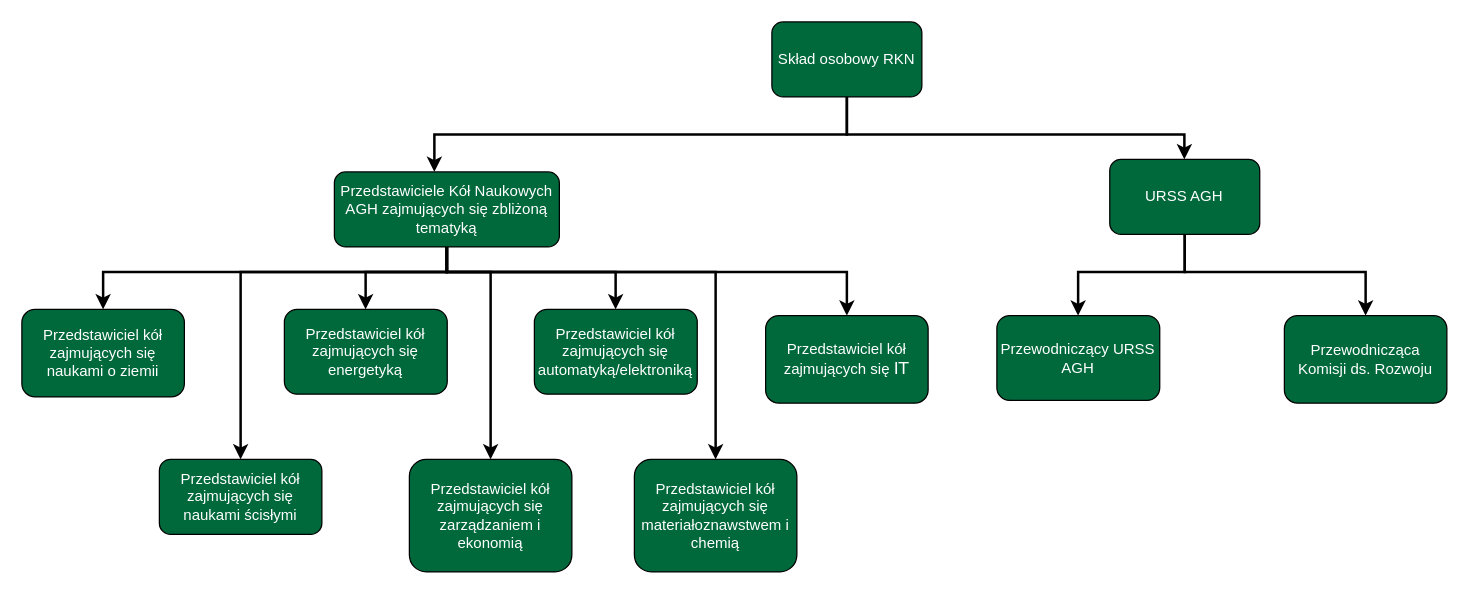
The draw.io diagram Untitled Diagram.drawio in Juliusz-Stefanski/CPS, before the edit. Source tidied: cells renumbered, new cells numbered last; positions are measured from the earlier drawing's top-left corner, leaving out a move shared by most shapes. Both pictures are drawn from the tidied source at 125%, with x=0, y=0 at pixel (21, 21).
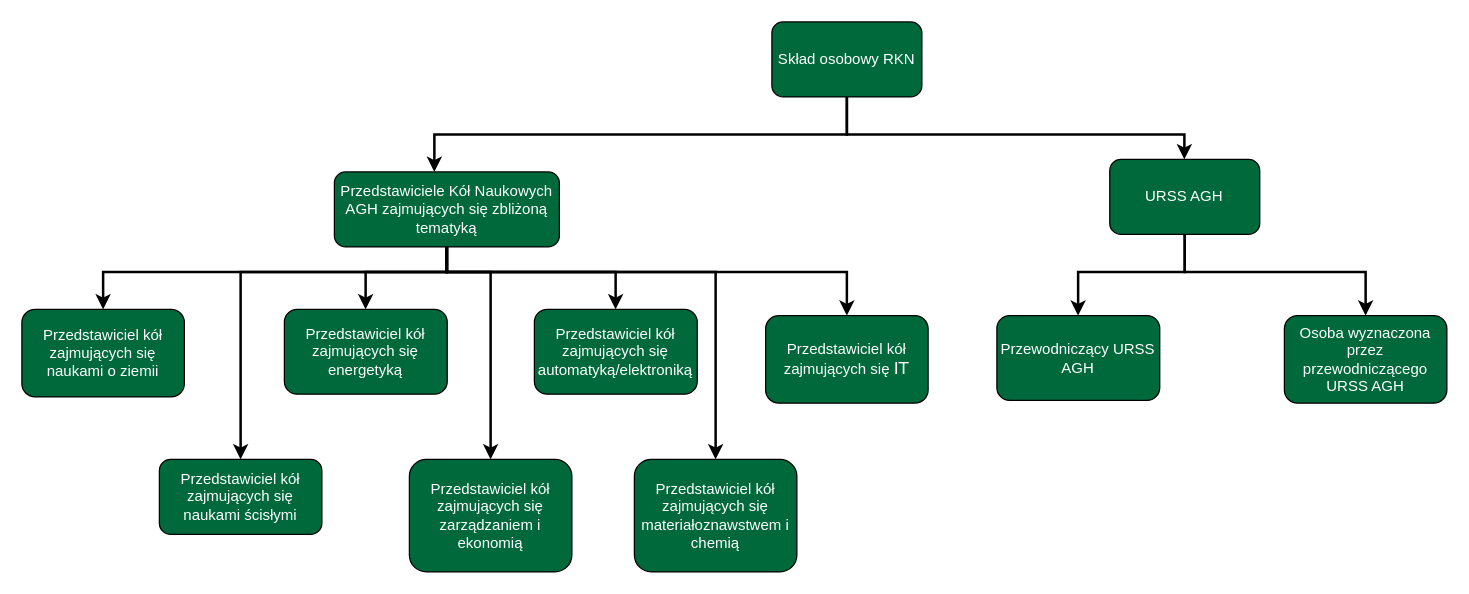
The same diagram, later.

The edit, as a diff of the source:
```diff
@@
-    <mxCell id="8" value="&lt;div&gt;&lt;font color=&quot;#ffffff&quot;&gt;Przewodnicząca Komisji ds. Rozwoju&lt;/font&gt;&lt;/div&gt;" style="rounded=1;whiteSpace=wrap;html=1;fillColor=#00693C;" parent="1" vertex="1">
+    <mxCell id="8" value="&lt;div&gt;&lt;font color=&quot;#ffffff&quot;&gt;Osoba wyznaczona przez przewodniczącego URSS AGH&lt;/font&gt;&lt;/div&gt;" style="rounded=1;whiteSpace=wrap;html=1;fillColor=#00693C;" parent="1" vertex="1">
       <mxGeometry x="1010" y="235" width="130" height="70" as="geometry" />
     </mxCell>
```
